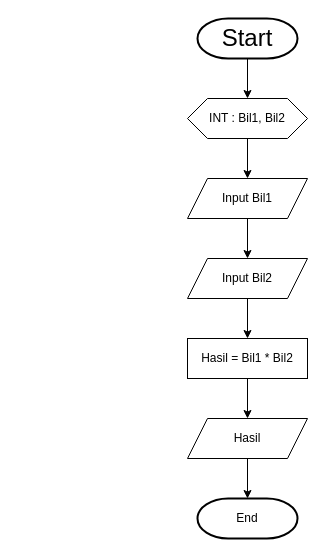
Before: Untitled Diagram.drawio in Rizqirazkafi/Flowchart, a draw.io diagram. Source tidied: cells renumbered, new cells numbered last; positions are measured from the earlier drawing's top-left corner, leaving out a move shared by most shapes. Both pictures are drawn from the tidied source at 100%, with x=0, y=0 at pixel (187, 18).
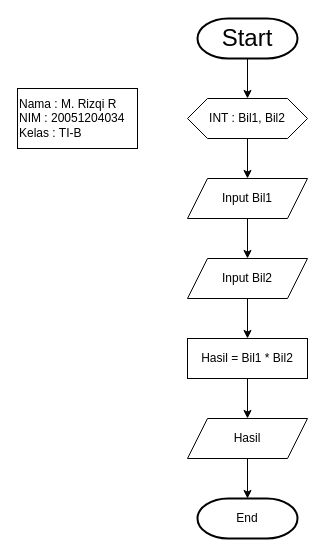
After the change.

Change to the diagram source:
```diff
@@
 <mxGraphModel>
   <root>
     <mxCell id="0" />
     <mxCell id="1" parent="0" />
     <mxCell id="2" value="&lt;font style=&quot;font-size: 24px&quot;&gt;Start&lt;/font&gt;" style="strokeWidth=2;html=1;shape=mxgraph.flowchart.terminator;whiteSpace=wrap;" parent="1" vertex="1">
       <mxGeometry x="10" width="100" height="40" as="geometry" />
     </mxCell>
     <mxCell id="3" style="endArrow=classic;html=1;exitX=0.5;exitY=1;exitDx=0;exitDy=0;exitPerimeter=0;" parent="1" edge="1" source="2" target="5">
       <mxGeometry relative="1" as="geometry">
         <Array as="points">
           <mxPoint x="60" y="80" />
         </Array>
       </mxGeometry>
     </mxCell>
     <mxCell id="4" style="edgeStyle=orthogonalEdgeStyle;rounded=0;jettySize=auto;html=1;exitX=0.5;exitY=1;exitDx=0;exitDy=0;entryX=0.5;entryY=0;entryDx=0;entryDy=0;" parent="1" edge="1" source="5" target="7">
       <mxGeometry relative="1" as="geometry" />
     </mxCell>
     <mxCell id="5" value="INT : Bil1, Bil2" style="shape=hexagon;perimeter=hexagonPerimeter2;whiteSpace=wrap;html=1;fixedSize=1;" parent="1" vertex="1">
       <mxGeometry y="80" width="120" height="40" as="geometry" />
     </mxCell>
     <mxCell id="6" style="edgeStyle=orthogonalEdgeStyle;rounded=0;jettySize=auto;html=1;exitX=0.5;exitY=1;exitDx=0;exitDy=0;entryX=0.5;entryY=0;entryDx=0;entryDy=0;" parent="1" edge="1" source="7" target="9">
       <mxGeometry relative="1" as="geometry" />
     </mxCell>
     <mxCell id="7" value="Input Bil1" style="shape=parallelogram;perimeter=parallelogramPerimeter;whiteSpace=wrap;html=1;fixedSize=1;" parent="1" vertex="1">
       <mxGeometry y="160" width="120" height="40" as="geometry" />
     </mxCell>
     <mxCell id="8" style="edgeStyle=orthogonalEdgeStyle;rounded=0;jettySize=auto;html=1;exitX=0.5;exitY=1;exitDx=0;exitDy=0;entryX=0.5;entryY=0;entryDx=0;entryDy=0;" parent="1" edge="1" source="9" target="11">
       <mxGeometry relative="1" as="geometry" />
     </mxCell>
     <mxCell id="9" value="Input Bil2" style="shape=parallelogram;perimeter=parallelogramPerimeter;whiteSpace=wrap;html=1;fixedSize=1;" parent="1" vertex="1">
       <mxGeometry y="240" width="120" height="40" as="geometry" />
     </mxCell>
     <mxCell id="10" style="edgeStyle=orthogonalEdgeStyle;rounded=0;jettySize=auto;html=1;exitX=0.5;exitY=1;exitDx=0;exitDy=0;entryX=0.5;entryY=0;entryDx=0;entryDy=0;" parent="1" edge="1" source="11" target="13">
       <mxGeometry relative="1" as="geometry" />
     </mxCell>
     <mxCell id="11" value="Hasil = Bil1 * Bil2" style="rounded=0;whiteSpace=wrap;html=1;" parent="1" vertex="1">
       <mxGeometry y="320" width="120" height="40" as="geometry" />
     </mxCell>
     <mxCell id="12" style="edgeStyle=orthogonalEdgeStyle;rounded=0;jettySize=auto;html=1;" parent="1" edge="1" source="13" target="14">
       <mxGeometry relative="1" as="geometry" />
     </mxCell>
     <mxCell id="13" value="Hasil" style="shape=parallelogram;perimeter=parallelogramPerimeter;whiteSpace=wrap;html=1;fixedSize=1;" parent="1" vertex="1">
       <mxGeometry y="400" width="120" height="40" as="geometry" />
     </mxCell>
     <mxCell id="14" value="End" style="strokeWidth=2;html=1;shape=mxgraph.flowchart.terminator;whiteSpace=wrap;" parent="1" vertex="1">
       <mxGeometry x="10" y="480" width="100" height="40" as="geometry" />
     </mxCell>
+    <mxCell id="15" value="Nama : M. Rizqi R&lt;br&gt;NIM : 20051204034&lt;br&gt;Kelas : TI-B" style="whiteSpace=wrap;html=1;align=left;" parent="1" vertex="1">
+      <mxGeometry x="-170" y="70" width="120" height="60" as="geometry" />
+    </mxCell>
   </root>
 </mxGraphModel>
```
